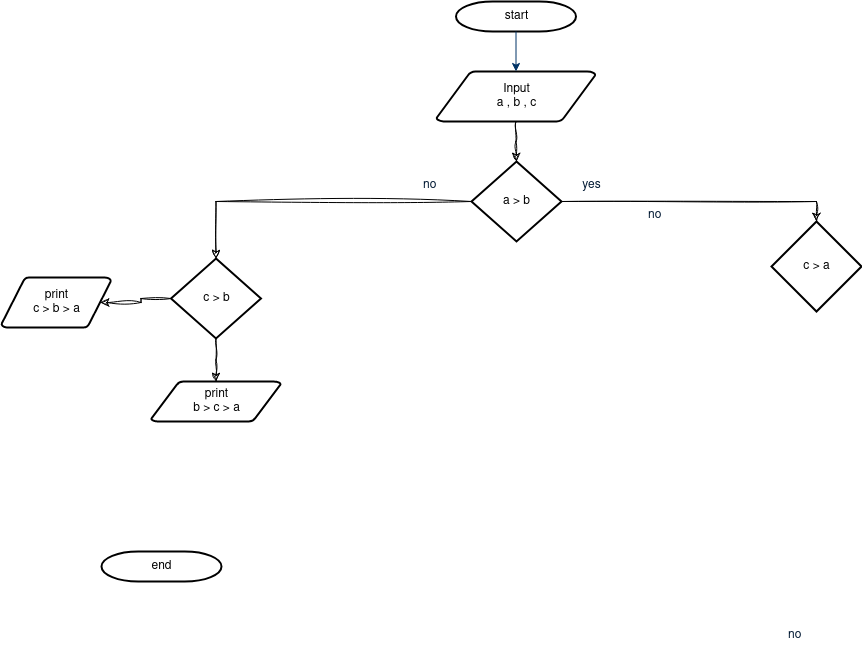
34R4F4/ALX-SE keeps this draw.io diagram as ALX SE Onboarding/OrderAlgorithm.drawio.png. Above is the earlier version. Source tidied: cells renumbered, new cells last; positions are measured from the earlier drawing's top-left corner, leaving out a move shared by most shapes.
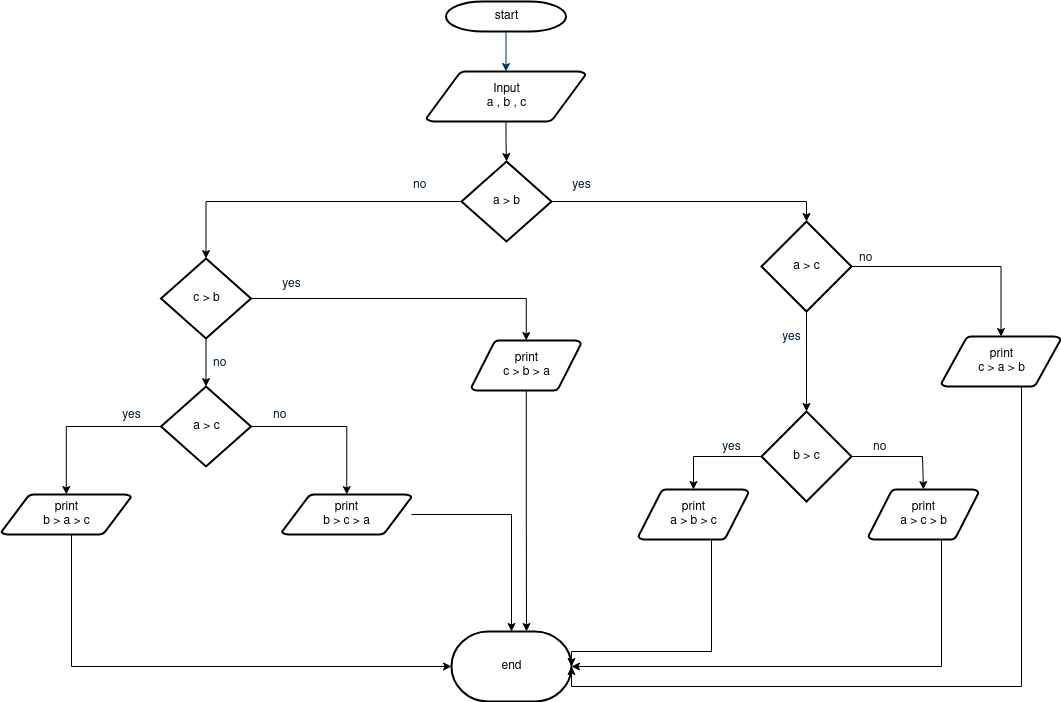
After the commit.

Diff of the diagram source:
```diff
@@ -5,7 +5,7 @@
     <mxCell id="2" value="start" style="shape=mxgraph.flowchart.terminator;strokeWidth=2;gradientColor=none;gradientDirection=north;fontStyle=0;html=1;" parent="1" vertex="1">
       <mxGeometry x="454.5" width="120" height="30" as="geometry" />
     </mxCell>
-    <mxCell id="3" style="edgeStyle=orthogonalEdgeStyle;rounded=0;sketch=1;hachureGap=4;jiggle=2;curveFitting=1;jettySize=auto;html=1;fontFamily=Architects Daughter;fontSource=https%3A%2F%2Ffonts.googleapis.com%2Fcss%3Ffamily%3DArchitects%2BDaughter;fontSize=16;" parent="1" edge="1" source="4" target="8">
+    <mxCell id="3" style="edgeStyle=orthogonalEdgeStyle;rounded=0;hachureGap=4;jettySize=auto;html=1;fontFamily=Architects Daughter;fontSource=https%3A%2F%2Ffonts.googleapis.com%2Fcss%3Ffamily%3DArchitects%2BDaughter;fontSize=16;" parent="1" edge="1" source="4" target="8">
       <mxGeometry relative="1" as="geometry" />
     </mxCell>
     <mxCell id="4" value="&lt;div&gt;Input&lt;/div&gt;&lt;div&gt;a , b , c&lt;br&gt;&lt;/div&gt;" style="shape=mxgraph.flowchart.data;strokeWidth=2;gradientColor=none;gradientDirection=north;fontStyle=0;html=1;" parent="1" vertex="1">
@@ -14,47 +14,142 @@
     <mxCell id="5" style="fontStyle=1;strokeColor=#003366;strokeWidth=1;html=1;" parent="1" edge="1" source="2" target="4">
       <mxGeometry relative="1" as="geometry" />
     </mxCell>
-    <mxCell id="6" style="edgeStyle=orthogonalEdgeStyle;rounded=0;sketch=1;hachureGap=4;jiggle=2;curveFitting=1;jettySize=auto;html=1;entryX=0.5;entryY=0;entryDx=0;entryDy=0;entryPerimeter=0;fontFamily=Architects Daughter;fontSource=https%3A%2F%2Ffonts.googleapis.com%2Fcss%3Ffamily%3DArchitects%2BDaughter;fontSize=16;" parent="1" edge="1" source="8" target="15">
+    <mxCell id="6" style="edgeStyle=orthogonalEdgeStyle;rounded=0;hachureGap=4;jettySize=auto;html=1;entryX=0.5;entryY=0;entryDx=0;entryDy=0;entryPerimeter=0;fontFamily=Architects Daughter;fontSource=https%3A%2F%2Ffonts.googleapis.com%2Fcss%3Ffamily%3DArchitects%2BDaughter;fontSize=16;" parent="1" edge="1" source="8" target="15">
       <mxGeometry relative="1" as="geometry" />
     </mxCell>
-    <mxCell id="7" style="edgeStyle=orthogonalEdgeStyle;rounded=0;sketch=1;hachureGap=4;jiggle=2;curveFitting=1;jettySize=auto;html=1;entryX=0.5;entryY=0;entryDx=0;entryDy=0;entryPerimeter=0;fontFamily=Architects Daughter;fontSource=https%3A%2F%2Ffonts.googleapis.com%2Fcss%3Ffamily%3DArchitects%2BDaughter;fontSize=16;" parent="1" edge="1" source="8" target="14">
+    <mxCell id="7" style="edgeStyle=orthogonalEdgeStyle;rounded=0;hachureGap=4;jettySize=auto;html=1;entryX=0.5;entryY=0;entryDx=0;entryDy=0;entryPerimeter=0;fontFamily=Architects Daughter;fontSource=https%3A%2F%2Ffonts.googleapis.com%2Fcss%3Ffamily%3DArchitects%2BDaughter;fontSize=16;" parent="1" edge="1" source="8" target="14">
       <mxGeometry relative="1" as="geometry" />
     </mxCell>
     <mxCell id="8" value="a &amp;gt; b" style="shape=mxgraph.flowchart.decision;strokeWidth=2;gradientColor=none;gradientDirection=north;fontStyle=0;html=1;" parent="1" vertex="1">
       <mxGeometry x="470" y="160" width="90" height="80" as="geometry" />
     </mxCell>
     <mxCell id="9" value="end" style="shape=mxgraph.flowchart.terminator;strokeWidth=2;gradientColor=none;gradientDirection=north;fontStyle=0;html=1;" parent="1" vertex="1">
-      <mxGeometry x="100" y="550" width="120" height="30" as="geometry" />
+      <mxGeometry x="460" y="630" width="120" height="70" as="geometry" />
     </mxCell>
     <mxCell id="10" value="yes" style="text;fontColor=#001933;fontStyle=0;html=1;strokeColor=none;gradientColor=none;fillColor=none;strokeWidth=2;align=center;" parent="1" vertex="1">
       <mxGeometry x="570" y="170" width="40" height="26" as="geometry" />
     </mxCell>
     <mxCell id="11" value="no" style="text;fontColor=#001933;fontStyle=0;html=1;strokeColor=none;gradientColor=none;fillColor=none;strokeWidth=2;" parent="1" vertex="1">
-      <mxGeometry x="645" y="200" width="40" height="26" as="geometry" />
+      <mxGeometry x="866" y="243" width="40" height="26" as="geometry" />
     </mxCell>
-    <mxCell id="12" style="edgeStyle=orthogonalEdgeStyle;rounded=0;sketch=1;hachureGap=4;jiggle=2;curveFitting=1;jettySize=auto;html=1;fontFamily=Architects Daughter;fontSource=https%3A%2F%2Ffonts.googleapis.com%2Fcss%3Ffamily%3DArchitects%2BDaughter;fontSize=16;entryX=0.905;entryY=0.5;entryDx=0;entryDy=0;entryPerimeter=0;" parent="1" edge="1" source="14" target="16">
+    <mxCell id="12" style="edgeStyle=orthogonalEdgeStyle;rounded=0;hachureGap=4;jettySize=auto;html=1;fontFamily=Architects Daughter;fontSource=https%3A%2F%2Ffonts.googleapis.com%2Fcss%3Ffamily%3DArchitects%2BDaughter;fontSize=16;entryX=0.5;entryY=0;entryDx=0;entryDy=0;entryPerimeter=0;" parent="1" edge="1" source="14" target="16">
       <mxGeometry relative="1" as="geometry" />
     </mxCell>
-    <mxCell id="13" style="edgeStyle=orthogonalEdgeStyle;rounded=0;sketch=1;hachureGap=4;jiggle=2;curveFitting=1;jettySize=auto;html=1;fontFamily=Architects Daughter;fontSource=https%3A%2F%2Ffonts.googleapis.com%2Fcss%3Ffamily%3DArchitects%2BDaughter;fontSize=16;" parent="1" edge="1" source="14" target="17">
-      <mxGeometry relative="1" as="geometry" />
-    </mxCell>
+    <mxCell id="20" style="edgeStyle=orthogonalEdgeStyle;rounded=0;jettySize=auto;html=1;entryX=0.5;entryY=0;entryDx=0;entryDy=0;entryPerimeter=0;" parent="1" edge="1" source="14" target="39">
+      <mxGeometry relative="1" as="geometry" />
+    </mxCell>
     <mxCell id="14" value="c &amp;gt; b" style="shape=mxgraph.flowchart.decision;strokeWidth=2;gradientColor=none;gradientDirection=north;fontStyle=0;html=1;" parent="1" vertex="1">
       <mxGeometry x="169.5" y="257" width="90" height="80" as="geometry" />
     </mxCell>
+    <mxCell id="21" style="edgeStyle=orthogonalEdgeStyle;rounded=0;hachureGap=4;jettySize=auto;html=1;fontFamily=Architects Daughter;fontSource=https%3A%2F%2Ffonts.googleapis.com%2Fcss%3Ffamily%3DArchitects%2BDaughter;fontSize=16;" parent="1" edge="1" source="15" target="27">
+      <mxGeometry relative="1" as="geometry" />
+    </mxCell>
+    <mxCell id="22" style="edgeStyle=orthogonalEdgeStyle;rounded=0;jettySize=auto;html=1;entryX=0.5;entryY=0;entryDx=0;entryDy=0;entryPerimeter=0;" parent="1" edge="1" source="15" target="33">
+      <mxGeometry relative="1" as="geometry" />
+    </mxCell>
-    <mxCell id="15" value="c &amp;gt; a" style="shape=mxgraph.flowchart.decision;strokeWidth=2;gradientColor=none;gradientDirection=north;fontStyle=0;html=1;" parent="1" vertex="1">
+    <mxCell id="15" value="a &amp;gt; c" style="shape=mxgraph.flowchart.decision;strokeWidth=2;gradientColor=none;gradientDirection=north;fontStyle=0;html=1;" parent="1" vertex="1">
       <mxGeometry x="770" y="220" width="90" height="90" as="geometry" />
     </mxCell>
+    <mxCell id="23" style="edgeStyle=orthogonalEdgeStyle;rounded=0;jettySize=auto;html=1;" parent="1" edge="1" source="16">
+      <mxGeometry relative="1" as="geometry">
+        <mxPoint x="535" y="630" as="targetPoint" />
+      </mxGeometry>
+    </mxCell>
     <mxCell id="16" value="&lt;div&gt;print&lt;/div&gt;&lt;div&gt;c &amp;gt; b &amp;gt; a&lt;br&gt;&lt;/div&gt;" style="shape=mxgraph.flowchart.data;strokeWidth=2;gradientColor=none;gradientDirection=north;fontStyle=0;html=1;" parent="1" vertex="1">
-      <mxGeometry y="276" width="109.5" height="50" as="geometry" />
+      <mxGeometry x="480" y="339" width="109.5" height="50" as="geometry" />
     </mxCell>
+    <mxCell id="24" style="edgeStyle=orthogonalEdgeStyle;rounded=0;jettySize=auto;html=1;entryX=0;entryY=0.5;entryDx=0;entryDy=0;entryPerimeter=0;" parent="1" edge="1" source="17" target="9">
+      <mxGeometry relative="1" as="geometry">
+        <Array as="points">
+          <mxPoint x="80" y="665" />
+        </Array>
+      </mxGeometry>
+    </mxCell>
-    <mxCell id="17" value="&lt;div&gt;print&lt;/div&gt;&lt;div&gt;b &amp;gt; c &amp;gt; a&lt;br&gt;&lt;/div&gt;" style="shape=mxgraph.flowchart.data;strokeWidth=2;gradientColor=none;gradientDirection=north;fontStyle=0;html=1;" parent="1" vertex="1">
-      <mxGeometry x="149.8" y="380" width="129.5" height="40" as="geometry" />
+    <mxCell id="17" value="&lt;div&gt;print&lt;/div&gt;&lt;div&gt;b &amp;gt; a &amp;gt; c&lt;br&gt;&lt;/div&gt;" style="shape=mxgraph.flowchart.data;strokeWidth=2;gradientColor=none;gradientDirection=north;fontStyle=0;html=1;" parent="1" vertex="1">
+      <mxGeometry x="10" y="493" width="129.5" height="40" as="geometry" />
     </mxCell>
     <mxCell id="18" value="no" style="text;fontColor=#001933;fontStyle=0;html=1;strokeColor=none;gradientColor=none;fillColor=none;strokeWidth=2;" parent="1" vertex="1">
       <mxGeometry x="420" y="170" width="40" height="26" as="geometry" />
     </mxCell>
-    <mxCell id="19" value="no" style="text;fontColor=#001933;fontStyle=0;html=1;strokeColor=none;gradientColor=none;fillColor=none;strokeWidth=2;" parent="1" vertex="1">
-      <mxGeometry x="784.5" y="620" width="40" height="26" as="geometry" />
-    </mxCell>
+    <mxCell id="25" style="edgeStyle=orthogonalEdgeStyle;rounded=0;jettySize=auto;html=1;entryX=0.5;entryY=0;entryDx=0;entryDy=0;entryPerimeter=0;" parent="1" edge="1" source="27" target="30">
+      <mxGeometry relative="1" as="geometry" />
+    </mxCell>
+    <mxCell id="26" style="edgeStyle=orthogonalEdgeStyle;rounded=0;jettySize=auto;html=1;entryX=0.5;entryY=0;entryDx=0;entryDy=0;entryPerimeter=0;" parent="1" edge="1" source="27" target="36">
+      <mxGeometry relative="1" as="geometry">
+        <Array as="points">
+          <mxPoint x="931" y="455" />
+        </Array>
+      </mxGeometry>
+    </mxCell>
+    <mxCell id="27" value="b &amp;gt; c" style="shape=mxgraph.flowchart.decision;strokeWidth=2;gradientColor=none;gradientDirection=north;fontStyle=0;html=1;" parent="1" vertex="1">
+      <mxGeometry x="770" y="410" width="90" height="90" as="geometry" />
+    </mxCell>
+    <mxCell id="28" value="yes" style="text;fontColor=#001933;fontStyle=0;html=1;strokeColor=none;gradientColor=none;fillColor=none;strokeWidth=2;align=center;" parent="1" vertex="1">
+      <mxGeometry x="780" y="322" width="40" height="26" as="geometry" />
+    </mxCell>
+    <mxCell id="29" style="edgeStyle=orthogonalEdgeStyle;rounded=0;jettySize=auto;html=1;entryX=1;entryY=0.5;entryDx=0;entryDy=0;entryPerimeter=0;" parent="1" edge="1" source="30" target="9">
+      <mxGeometry relative="1" as="geometry">
+        <Array as="points">
+          <mxPoint x="720" y="650" />
+          <mxPoint x="580" y="650" />
+        </Array>
+      </mxGeometry>
+    </mxCell>
+    <mxCell id="30" value="&lt;div&gt;print&lt;/div&gt;&lt;div&gt;a &amp;gt; b &amp;gt; c&lt;br&gt;&lt;/div&gt;" style="shape=mxgraph.flowchart.data;strokeWidth=2;gradientColor=none;gradientDirection=north;fontStyle=0;html=1;" parent="1" vertex="1">
+      <mxGeometry x="647" y="488" width="110" height="50" as="geometry" />
+    </mxCell>
+    <mxCell id="31" value="yes" style="text;fontColor=#001933;fontStyle=0;html=1;strokeColor=none;gradientColor=none;fillColor=none;strokeWidth=2;align=center;" parent="1" vertex="1">
+      <mxGeometry x="720" y="432" width="40" height="26" as="geometry" />
+    </mxCell>
+    <mxCell id="32" style="edgeStyle=orthogonalEdgeStyle;rounded=0;jettySize=auto;html=1;entryX=1;entryY=0.5;entryDx=0;entryDy=0;entryPerimeter=0;" parent="1" edge="1" source="33" target="9">
+      <mxGeometry relative="1" as="geometry">
+        <Array as="points">
+          <mxPoint x="1030" y="685" />
+        </Array>
+      </mxGeometry>
+    </mxCell>
+    <mxCell id="33" value="&lt;div&gt;print&lt;/div&gt;&lt;div&gt;c &amp;gt; a &amp;gt; b&lt;br&gt;&lt;/div&gt;" style="shape=mxgraph.flowchart.data;strokeWidth=2;gradientColor=none;gradientDirection=north;fontStyle=0;html=1;" parent="1" vertex="1">
+      <mxGeometry x="950" y="335" width="119" height="50" as="geometry" />
+    </mxCell>
+    <mxCell id="34" value="no" style="text;fontColor=#001933;fontStyle=0;html=1;strokeColor=none;gradientColor=none;fillColor=none;strokeWidth=2;" parent="1" vertex="1">
+      <mxGeometry x="880" y="432" width="40" height="26" as="geometry" />
+    </mxCell>
+    <mxCell id="35" style="edgeStyle=orthogonalEdgeStyle;rounded=0;jettySize=auto;html=1;entryX=1;entryY=0.5;entryDx=0;entryDy=0;entryPerimeter=0;" parent="1" edge="1" source="36" target="9">
+      <mxGeometry relative="1" as="geometry">
+        <Array as="points">
+          <mxPoint x="950" y="665" />
+        </Array>
+      </mxGeometry>
+    </mxCell>
+    <mxCell id="36" value="&lt;div&gt;print&lt;/div&gt;&lt;div&gt;a &amp;gt; c &amp;gt; b&lt;br&gt;&lt;/div&gt;" style="shape=mxgraph.flowchart.data;strokeWidth=2;gradientColor=none;gradientDirection=north;fontStyle=0;html=1;" parent="1" vertex="1">
+      <mxGeometry x="877" y="488" width="110" height="50" as="geometry" />
+    </mxCell>
+    <mxCell id="37" style="edgeStyle=orthogonalEdgeStyle;rounded=0;jettySize=auto;html=1;" parent="1" edge="1" source="39" target="17">
+      <mxGeometry relative="1" as="geometry" />
+    </mxCell>
+    <mxCell id="38" style="edgeStyle=orthogonalEdgeStyle;rounded=0;jettySize=auto;html=1;entryX=0.5;entryY=0;entryDx=0;entryDy=0;entryPerimeter=0;" parent="1" edge="1" source="39" target="43">
+      <mxGeometry relative="1" as="geometry" />
+    </mxCell>
+    <mxCell id="39" value="a &amp;gt; c" style="shape=mxgraph.flowchart.decision;strokeWidth=2;gradientColor=none;gradientDirection=north;fontStyle=0;html=1;" parent="1" vertex="1">
+      <mxGeometry x="169.5" y="385" width="90" height="80" as="geometry" />
+    </mxCell>
+    <mxCell id="40" value="yes" style="text;fontColor=#001933;fontStyle=0;html=1;strokeColor=none;gradientColor=none;fillColor=none;strokeWidth=2;align=center;" parent="1" vertex="1">
+      <mxGeometry x="280" y="269" width="40" height="26" as="geometry" />
+    </mxCell>
+    <mxCell id="41" value="no" style="text;fontColor=#001933;fontStyle=0;html=1;strokeColor=none;gradientColor=none;fillColor=none;strokeWidth=2;" parent="1" vertex="1">
+      <mxGeometry x="219.5" y="348" width="40" height="26" as="geometry" />
+    </mxCell>
+    <mxCell id="42" style="edgeStyle=orthogonalEdgeStyle;rounded=0;jettySize=auto;html=1;entryX=0.5;entryY=0;entryDx=0;entryDy=0;entryPerimeter=0;" parent="1" edge="1" source="43" target="9">
+      <mxGeometry relative="1" as="geometry" />
+    </mxCell>
+    <mxCell id="43" value="&lt;div&gt;print&lt;/div&gt;&lt;div&gt;b &amp;gt; c &amp;gt; a&lt;br&gt;&lt;/div&gt;" style="shape=mxgraph.flowchart.data;strokeWidth=2;gradientColor=none;gradientDirection=north;fontStyle=0;html=1;" parent="1" vertex="1">
+      <mxGeometry x="290.5" y="493" width="129.5" height="40" as="geometry" />
+    </mxCell>
+    <mxCell id="44" value="no" style="text;fontColor=#001933;fontStyle=0;html=1;strokeColor=none;gradientColor=none;fillColor=none;strokeWidth=2;" parent="1" vertex="1">
+      <mxGeometry x="280" y="400" width="40" height="26" as="geometry" />
+    </mxCell>
+    <mxCell id="45" value="yes" style="text;fontColor=#001933;fontStyle=0;html=1;strokeColor=none;gradientColor=none;fillColor=none;strokeWidth=2;align=center;" parent="1" vertex="1">
+      <mxGeometry x="120" y="400" width="40" height="26" as="geometry" />
+    </mxCell>
   </root>
 </mxGraphModel>
```
